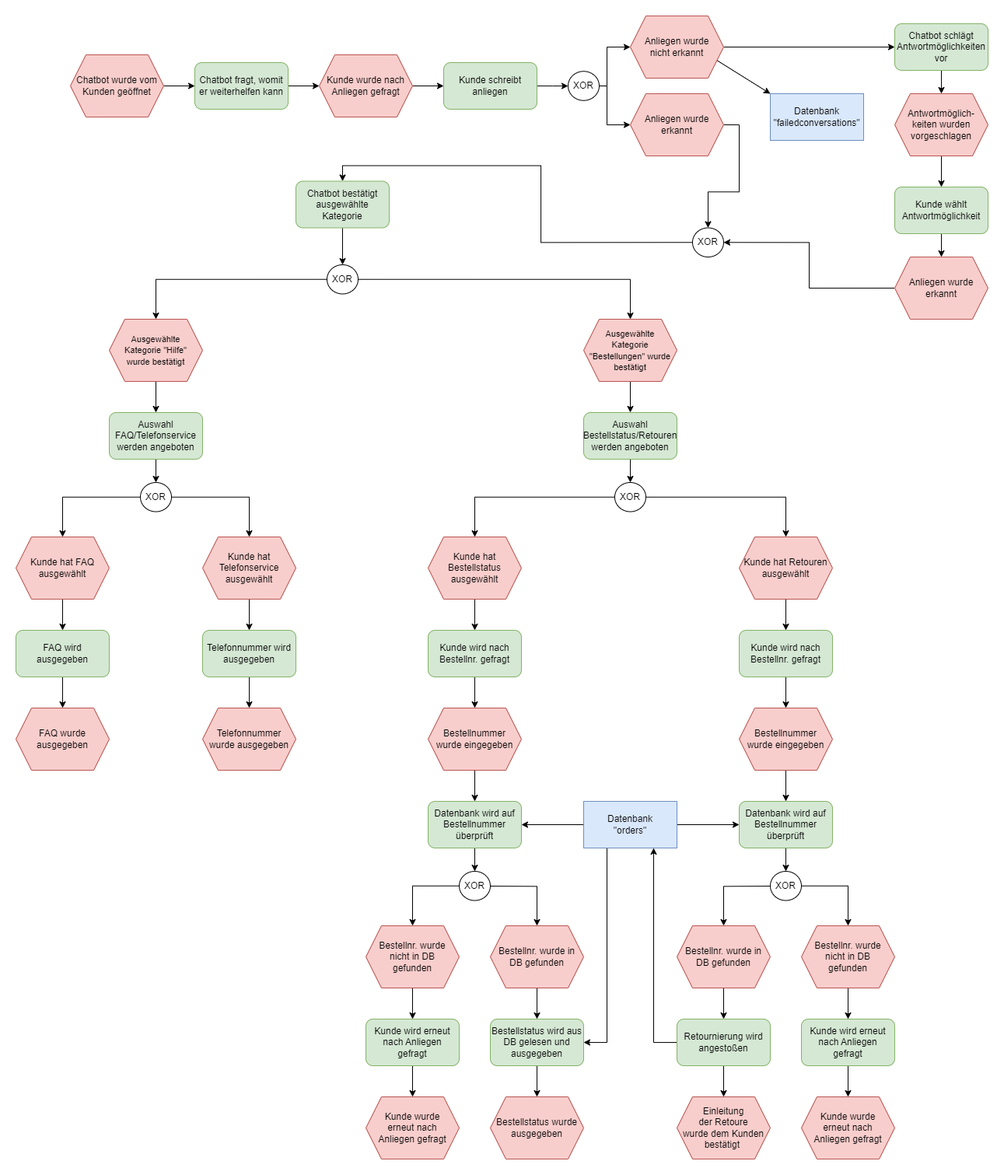
Before: eEPK.drawio.png, a diagram exported from draw.io (Filipza/LF6-Chatbot). Source tidied: cells renumbered, new cells last; positions are measured from the earlier drawing's top-left corner, leaving out a move shared by most shapes.
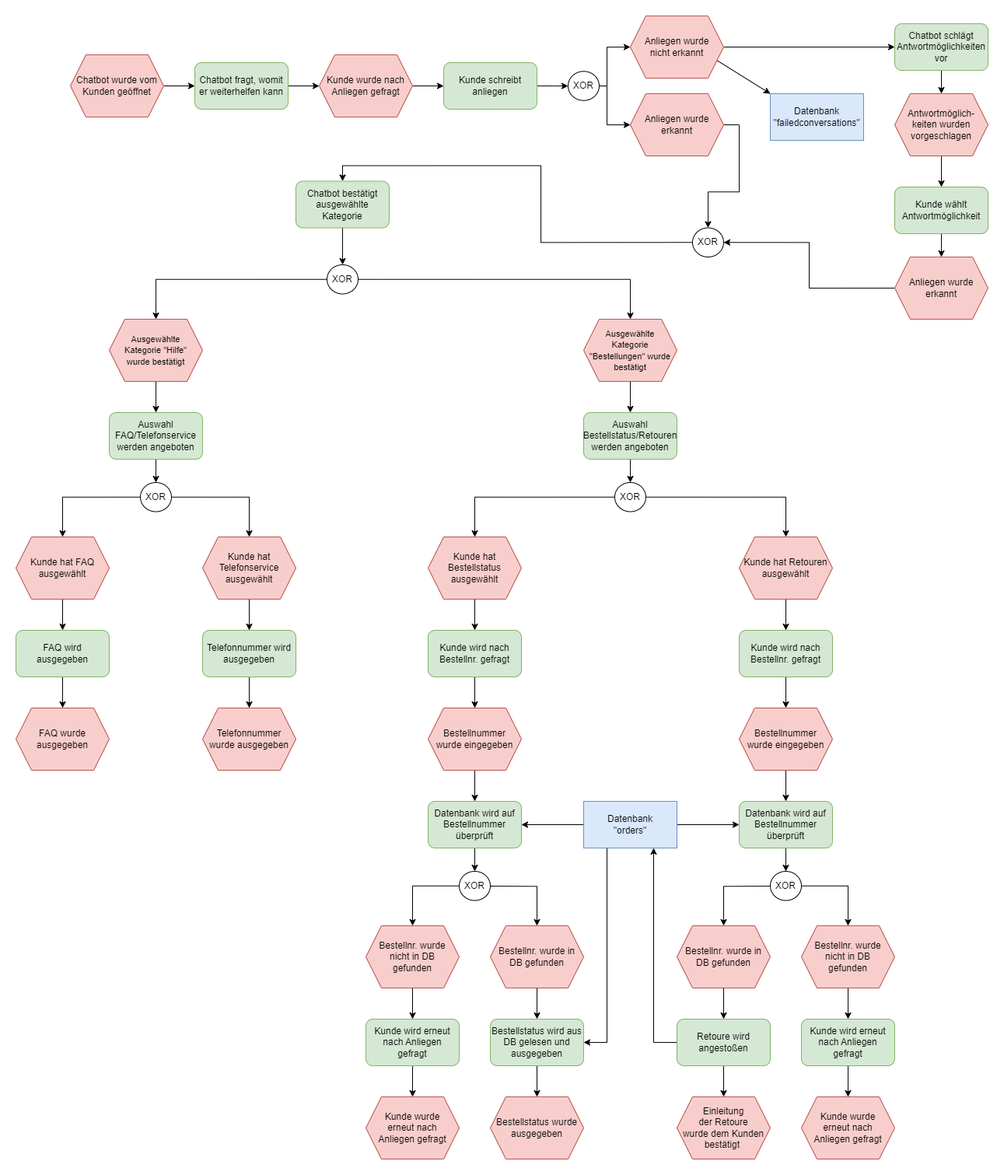
After the change.

Commit message:
adjust EPK

What changed in the source:
```diff
@@ -295,7 +295,7 @@
     <mxCell id="94" style="edgeStyle=orthogonalEdgeStyle;rounded=0;jettySize=auto;html=1;exitX=0;exitY=0.5;exitDx=0;exitDy=0;entryX=0.75;entryY=1;entryDx=0;entryDy=0;" parent="1" edge="1" source="95" target="99">
       <mxGeometry relative="1" as="geometry" />
     </mxCell>
-    <mxCell id="95" value="Retournierung wird angestoßen" style="rounded=1;whiteSpace=wrap;html=1;fillColor=#d5e8d4;strokeColor=#82b366;" parent="1" vertex="1">
+    <mxCell id="95" value="Retoure wird angestoßen" style="rounded=1;whiteSpace=wrap;html=1;fillColor=#d5e8d4;strokeColor=#82b366;" parent="1" vertex="1">
       <mxGeometry x="850" y="1290" width="120" height="60" as="geometry" />
     </mxCell>
     <mxCell id="96" style="edgeStyle=orthogonalEdgeStyle;rounded=0;jettySize=auto;html=1;exitX=0;exitY=0.5;exitDx=0;exitDy=0;entryX=1;entryY=0.5;entryDx=0;entryDy=0;" parent="1" edge="1" source="99" target="77">
```
